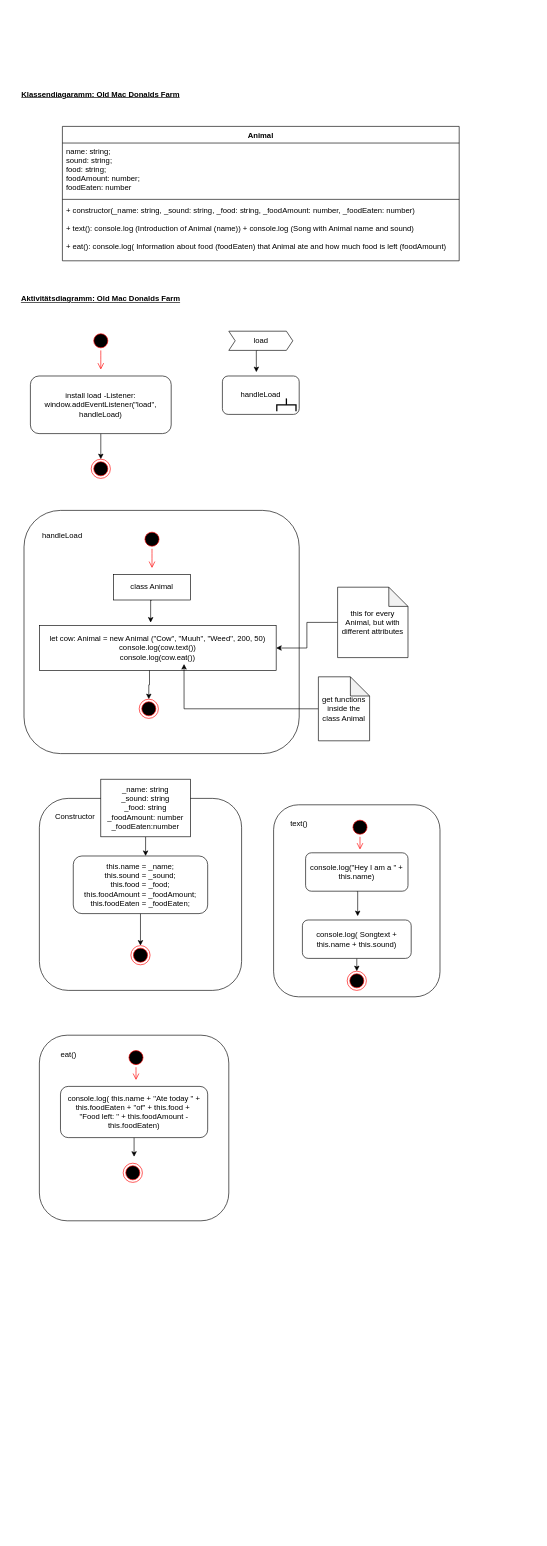
Before: L05_Farm/Unbenanntes Diagramm.drawio in LukasMuschal/EIA2, a draw.io diagram. Source tidied: cells renumbered, new cells numbered last; positions are measured from the earlier drawing's top-left corner, leaving out a move shared by most shapes. Both pictures are drawn from the tidied source at 64%, with x=0, y=0 at pixel (17, 88).
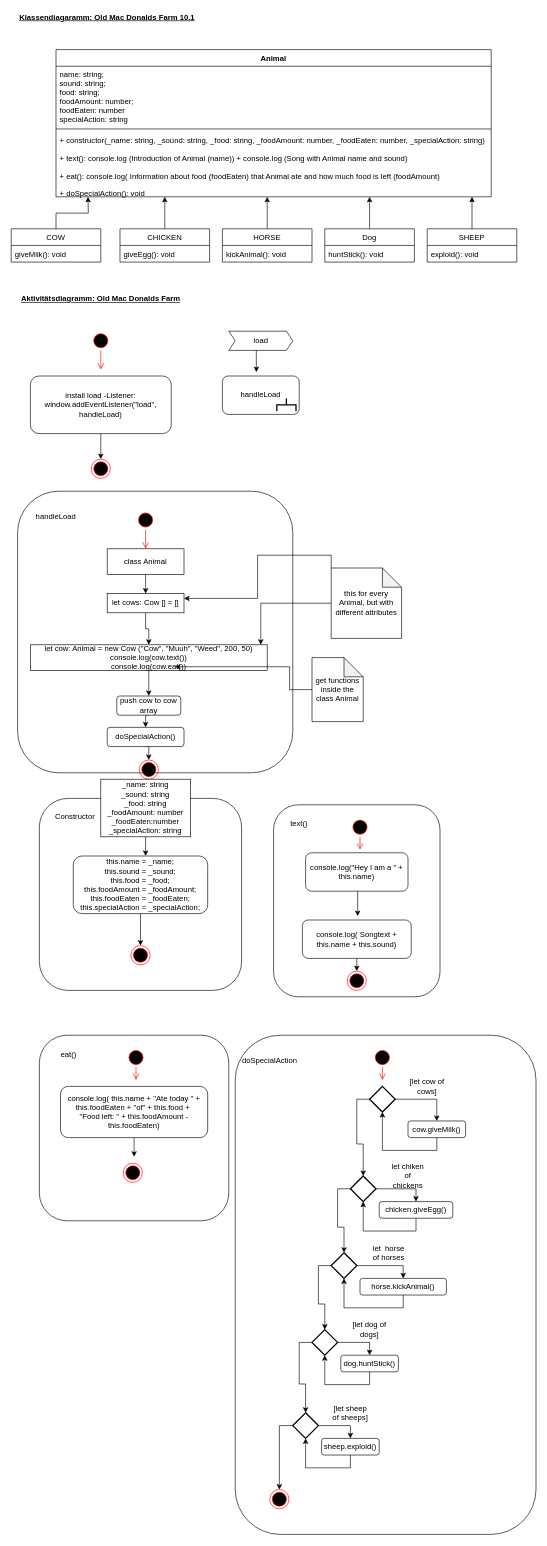
Above is the later version.

Change to the diagram source:
```diff
@@
-    <mxCell id="2" value="&lt;b&gt;&lt;u&gt;Klassendiagaramm: Old Mac Donalds Farm&lt;/u&gt;&lt;/b&gt;" style="text;html=1;strokeColor=none;fillColor=none;align=center;verticalAlign=middle;whiteSpace=wrap;rounded=0;" parent="1" vertex="1">
-      <mxGeometry width="260" height="20" as="geometry" />
+    <mxCell id="2" value="&lt;b&gt;&lt;u&gt;Klassendiagaramm: Old Mac Donalds Farm 10.1&lt;/u&gt;&lt;/b&gt;" style="text;html=1;strokeColor=none;fillColor=none;align=center;verticalAlign=middle;whiteSpace=wrap;rounded=0;" parent="1" vertex="1">
+      <mxGeometry x="-10" y="-120" width="300" height="20" as="geometry" />
     </mxCell>
     <mxCell id="3" value="Animal" style="swimlane;fontStyle=1;align=center;verticalAlign=top;horizontal=1;startSize=26;" parent="1" vertex="1">
-      <mxGeometry x="70" y="60" width="620" height="210" as="geometry" />
+      <mxGeometry x="60" y="-60" width="680" height="230" as="geometry" />
     </mxCell>
-    <mxCell id="4" value="name: string;&#10;sound: string;&#10;food: string;&#10;foodAmount: number;&#10;foodEaten: number" style="text;strokeColor=none;fillColor=none;align=left;verticalAlign=top;spacingLeft=4;spacingRight=4;overflow=hidden;" parent="3" vertex="1">
-      <mxGeometry y="26" width="620" height="84" as="geometry" />
+    <mxCell id="4" value="name: string;&#10;sound: string;&#10;food: string;&#10;foodAmount: number;&#10;foodEaten: number&#10;specialAction: string" style="text;strokeColor=none;fillColor=none;align=left;verticalAlign=top;spacingLeft=4;spacingRight=4;overflow=hidden;" parent="3" vertex="1">
+      <mxGeometry y="26" width="680" height="94" as="geometry" />
     </mxCell>
     <mxCell id="5" style="line;strokeWidth=1;fillColor=none;align=left;verticalAlign=middle;spacingTop=-1;spacingLeft=3;spacingRight=3;labelPosition=right;" parent="3" vertex="1">
-      <mxGeometry y="110" width="620" height="8" as="geometry" />
+      <mxGeometry y="120" width="680" height="8" as="geometry" />
     </mxCell>
-    <mxCell id="6" value="+ constructor(_name: string, _sound: string, _food: string, _foodAmount: number, _foodEaten: number)&#10;&#10;+ text(): console.log (Introduction of Animal (name)) + console.log (Song with Animal name and sound)&#10;&#10;+ eat(): console.log( Information about food (foodEaten) that Animal ate and how much food is left (foodAmount)" style="text;strokeColor=none;fillColor=none;align=left;verticalAlign=top;spacingLeft=4;spacingRight=4;overflow=hidden;" parent="3" vertex="1">
-      <mxGeometry y="118" width="620" height="92" as="geometry" />
+    <mxCell id="6" value="+ constructor(_name: string, _sound: string, _food: string, _foodAmount: number, _foodEaten: number, _specialAction: string)&#10;&#10;+ text(): console.log (Introduction of Animal (name)) + console.log (Song with Animal name and sound)&#10;&#10;+ eat(): console.log( Information about food (foodEaten) that Animal ate and how much food is left (foodAmount)&#10;&#10;+ doSpecialAction(): void" style="text;strokeColor=none;fillColor=none;align=left;verticalAlign=top;spacingLeft=4;spacingRight=4;overflow=hidden;" parent="3" vertex="1">
+      <mxGeometry y="128" width="680" height="102" as="geometry" />
     </mxCell>
@@
     <mxCell id="17" style="rounded=1;whiteSpace=wrap;html=1;" parent="1" vertex="1">
-      <mxGeometry x="10" y="660" width="430" height="380" as="geometry" />
+      <mxGeometry y="630" width="430" height="440" as="geometry" />
     </mxCell>
     <mxCell id="18" value="handleLoad" style="text;html=1;strokeColor=none;fillColor=none;align=center;verticalAlign=middle;whiteSpace=wrap;rounded=0;" parent="1" vertex="1">
-      <mxGeometry x="50" y="690" width="40" height="20" as="geometry" />
+      <mxGeometry x="40" y="660" width="40" height="20" as="geometry" />
     </mxCell>
     <mxCell id="19" style="ellipse;html=1;shape=startState;fillColor=#000000;strokeColor=#ff0000;" parent="1" vertex="1">
-      <mxGeometry x="195" y="690" width="30" height="30" as="geometry" />
+      <mxGeometry x="185" y="660" width="30" height="30" as="geometry" />
     </mxCell>
     <mxCell id="20" style="edgeStyle=orthogonalEdgeStyle;html=1;verticalAlign=bottom;endArrow=open;endSize=8;strokeColor=#ff0000;" parent="1" edge="1" source="19">
       <mxGeometry relative="1" as="geometry">
-        <mxPoint x="210" y="750" as="targetPoint" />
+        <mxPoint x="200" y="720" as="targetPoint" />
       </mxGeometry>
     </mxCell>
-    <mxCell id="21" style="edgeStyle=orthogonalEdgeStyle;rounded=0;jettySize=auto;html=1;exitX=0.5;exitY=1;exitDx=0;exitDy=0;entryX=0.47;entryY=-0.067;entryDx=0;entryDy=0;entryPerimeter=0;" parent="1" edge="1" source="22" target="24">
-      <mxGeometry relative="1" as="geometry" />
+    <mxCell id="21" style="edgeStyle=orthogonalEdgeStyle;rounded=0;jettySize=auto;html=1;exitX=0.5;exitY=1;exitDx=0;exitDy=0;" parent="1" edge="1" source="22">
+      <mxGeometry relative="1" as="geometry">
+        <mxPoint x="200" y="790" as="targetPoint" />
+      </mxGeometry>
     </mxCell>
     <mxCell id="22" value="class Animal" style="rounded=0;whiteSpace=wrap;html=1;" parent="1" vertex="1">
-      <mxGeometry x="150" y="760" width="120" height="40" as="geometry" />
+      <mxGeometry x="140" y="720" width="120" height="40" as="geometry" />
     </mxCell>
-    <mxCell id="23" style="edgeStyle=orthogonalEdgeStyle;rounded=0;jettySize=auto;html=1;exitX=0.465;exitY=0.986;exitDx=0;exitDy=0;entryX=0.5;entryY=0;entryDx=0;entryDy=0;exitPerimeter=0;" parent="1" edge="1" source="24" target="29">
-      <mxGeometry relative="1" as="geometry" />
-    </mxCell>
+    <mxCell id="53" style="edgeStyle=orthogonalEdgeStyle;rounded=0;jettySize=auto;html=1;exitX=0.5;exitY=1;exitDx=0;exitDy=0;entryX=0.5;entryY=0;entryDx=0;entryDy=0;" parent="1" edge="1" source="24" target="84">
+      <mxGeometry relative="1" as="geometry" />
+    </mxCell>
-    <mxCell id="24" value="let cow: Animal = new Animal (&quot;Cow&quot;, &quot;Muuh&quot;, &quot;Weed&quot;, 200, 50)&lt;br&gt;console.log(cow.text())&lt;br&gt;console.log(cow.eat())" style="rounded=0;whiteSpace=wrap;html=1;" parent="1" vertex="1">
-      <mxGeometry x="34" y="840" width="370" height="70" as="geometry" />
+    <mxCell id="24" value="let cow: Animal = new Cow (&quot;Cow&quot;, &quot;Muuh&quot;, &quot;Weed&quot;, 200, 50)&lt;br&gt;console.log(cow.text())&lt;br&gt;console.log(cow.eat())" style="rounded=0;whiteSpace=wrap;html=1;" parent="1" vertex="1">
+      <mxGeometry x="20" y="870" width="370" height="40" as="geometry" />
     </mxCell>
     <mxCell id="25" style="edgeStyle=orthogonalEdgeStyle;rounded=0;jettySize=auto;html=1;exitX=0;exitY=0.5;exitDx=0;exitDy=0;exitPerimeter=0;" parent="1" edge="1" source="26" target="24">
-      <mxGeometry relative="1" as="geometry" />
+      <mxGeometry relative="1" as="geometry">
+        <Array as="points">
+          <mxPoint x="380" y="805" />
+        </Array>
+      </mxGeometry>
     </mxCell>
+    <mxCell id="54" style="edgeStyle=orthogonalEdgeStyle;rounded=0;jettySize=auto;html=1;exitX=0;exitY=0;exitDx=0;exitDy=0;exitPerimeter=0;entryX=1;entryY=0.25;entryDx=0;entryDy=0;" parent="1" edge="1" source="26" target="82">
+      <mxGeometry relative="1" as="geometry" />
+    </mxCell>
     <mxCell id="26" value="this for every Animal, but with different attributes" style="shape=note;whiteSpace=wrap;html=1;backgroundOutline=1;darkOpacity=0.05;" parent="1" vertex="1">
-      <mxGeometry x="500" y="780" width="110" height="110" as="geometry" />
+      <mxGeometry x="490" y="750" width="110" height="110" as="geometry" />
     </mxCell>
@@
     <mxCell id="28" value="get functions inside the class Animal" style="shape=note;whiteSpace=wrap;html=1;backgroundOutline=1;darkOpacity=0.05;" parent="1" vertex="1">
-      <mxGeometry x="470" y="920" width="80" height="100" as="geometry" />
+      <mxGeometry x="460" y="890" width="80" height="100" as="geometry" />
     </mxCell>
     <mxCell id="29" style="ellipse;html=1;shape=endState;fillColor=#000000;strokeColor=#ff0000;" parent="1" vertex="1">
-      <mxGeometry x="190" y="955" width="30" height="30" as="geometry" />
+      <mxGeometry x="190" y="1050" width="30" height="30" as="geometry" />
     </mxCell>
@@
-    <mxCell id="33" value="_name: string&lt;br&gt;_sound: string&lt;br&gt;_food: string&lt;br&gt;_foodAmount: number&lt;br&gt;_foodEaten:number" style="rounded=0;whiteSpace=wrap;html=1;" parent="1" vertex="1">
+    <mxCell id="33" value="_name: string&lt;br&gt;_sound: string&lt;br&gt;_food: string&lt;br&gt;_foodAmount: number&lt;br&gt;_foodEaten:number&lt;br&gt;_specialAction: string" style="rounded=0;whiteSpace=wrap;html=1;" parent="1" vertex="1">
       <mxGeometry x="130" y="1080" width="140" height="90" as="geometry" />
     </mxCell>
@@
-    <mxCell id="35" value="this.name = _name;&lt;br&gt;this.sound = _sound;&lt;br&gt;this.food = _food;&lt;br&gt;this.foodAmount = _foodAmount;&lt;br&gt;this.foodEaten = _foodEaten;" style="rounded=1;whiteSpace=wrap;html=1;" parent="1" vertex="1">
+    <mxCell id="35" value="this.name = _name;&lt;br&gt;this.sound = _sound;&lt;br&gt;this.food = _food;&lt;br&gt;this.foodAmount = _foodAmount;&lt;br&gt;this.foodEaten = _foodEaten;&lt;br&gt;this.specialAction = _specialAction;" style="rounded=1;whiteSpace=wrap;html=1;" parent="1" vertex="1">
       <mxGeometry x="87" y="1200" width="210" height="90" as="geometry" />
     </mxCell>
@@
+    <mxCell id="55" style="edgeStyle=orthogonalEdgeStyle;rounded=0;jettySize=auto;html=1;exitX=0.5;exitY=0;exitDx=0;exitDy=0;" parent="1" edge="1" source="56">
+      <mxGeometry relative="1" as="geometry">
+        <mxPoint x="110" y="170" as="targetPoint" />
+      </mxGeometry>
+    </mxCell>
+    <mxCell id="56" value="COW" style="swimlane;fontStyle=0;horizontal=1;startSize=26;fillColor=none;" parent="1" vertex="1">
+      <mxGeometry x="-10" y="220" width="140" height="52" as="geometry" />
+    </mxCell>
+    <mxCell id="57" value="giveMilk(): void" style="text;strokeColor=none;fillColor=none;align=left;verticalAlign=top;spacingLeft=4;spacingRight=4;overflow=hidden;" parent="56" vertex="1">
+      <mxGeometry y="26" width="140" height="26" as="geometry" />
+    </mxCell>
+    <mxCell id="58" style="edgeStyle=orthogonalEdgeStyle;rounded=0;jettySize=auto;html=1;exitX=0.5;exitY=0;exitDx=0;exitDy=0;" parent="1" edge="1" source="59">
+      <mxGeometry relative="1" as="geometry">
+        <mxPoint x="230" y="170" as="targetPoint" />
+      </mxGeometry>
+    </mxCell>
+    <mxCell id="59" value="CHICKEN" style="swimlane;fontStyle=0;horizontal=1;startSize=26;fillColor=none;" parent="1" vertex="1">
+      <mxGeometry x="160" y="220" width="140" height="52" as="geometry" />
+    </mxCell>
+    <mxCell id="60" value="giveEgg(): void" style="text;strokeColor=none;fillColor=none;align=left;verticalAlign=top;spacingLeft=4;spacingRight=4;overflow=hidden;" parent="59" vertex="1">
+      <mxGeometry y="26" width="140" height="26" as="geometry" />
+    </mxCell>
+    <mxCell id="61" style="edgeStyle=orthogonalEdgeStyle;rounded=0;jettySize=auto;html=1;exitX=0.5;exitY=0;exitDx=0;exitDy=0;" parent="1" edge="1" source="62">
+      <mxGeometry relative="1" as="geometry">
+        <mxPoint x="390" y="170" as="targetPoint" />
+      </mxGeometry>
+    </mxCell>
+    <mxCell id="62" value="HORSE" style="swimlane;fontStyle=0;horizontal=1;startSize=26;fillColor=none;" parent="1" vertex="1">
+      <mxGeometry x="320" y="220" width="140" height="52" as="geometry" />
+    </mxCell>
+    <mxCell id="63" value="kickAnimal(): void" style="text;strokeColor=none;fillColor=none;align=left;verticalAlign=top;spacingLeft=4;spacingRight=4;overflow=hidden;" parent="62" vertex="1">
+      <mxGeometry y="26" width="140" height="26" as="geometry" />
+    </mxCell>
+    <mxCell id="64" style="edgeStyle=orthogonalEdgeStyle;rounded=0;jettySize=auto;html=1;exitX=0.5;exitY=0;exitDx=0;exitDy=0;" parent="1" edge="1" source="65">
+      <mxGeometry relative="1" as="geometry">
+        <mxPoint x="550" y="170" as="targetPoint" />
+      </mxGeometry>
+    </mxCell>
+    <mxCell id="65" value="Dog" style="swimlane;fontStyle=0;horizontal=1;startSize=26;fillColor=none;" parent="1" vertex="1">
+      <mxGeometry x="480" y="220" width="140" height="52" as="geometry" />
+    </mxCell>
+    <mxCell id="66" value="huntStick(): void" style="text;strokeColor=none;fillColor=none;align=left;verticalAlign=top;spacingLeft=4;spacingRight=4;overflow=hidden;" parent="65" vertex="1">
+      <mxGeometry y="26" width="140" height="26" as="geometry" />
+    </mxCell>
+    <mxCell id="67" style="edgeStyle=orthogonalEdgeStyle;rounded=0;jettySize=auto;html=1;exitX=0.5;exitY=0;exitDx=0;exitDy=0;" parent="1" edge="1" source="68">
+      <mxGeometry relative="1" as="geometry">
+        <mxPoint x="710" y="170" as="targetPoint" />
+      </mxGeometry>
+    </mxCell>
+    <mxCell id="68" value="SHEEP" style="swimlane;fontStyle=0;horizontal=1;startSize=26;fillColor=none;" parent="1" vertex="1">
+      <mxGeometry x="640" y="220" width="140" height="52" as="geometry" />
+    </mxCell>
+    <mxCell id="69" value="exploid(): void" style="text;strokeColor=none;fillColor=none;align=left;verticalAlign=top;spacingLeft=4;spacingRight=4;overflow=hidden;" parent="68" vertex="1">
+      <mxGeometry y="26" width="140" height="26" as="geometry" />
+    </mxCell>
+    <mxCell id="70" style="edgeStyle=orthogonalEdgeStyle;rounded=0;jettySize=auto;html=1;exitX=0.5;exitY=1;exitDx=0;exitDy=0;entryX=0.5;entryY=0;entryDx=0;entryDy=0;" parent="1" edge="1" source="71" target="29">
+      <mxGeometry relative="1" as="geometry" />
+    </mxCell>
+    <mxCell id="71" value="doSpecialAction()" style="rounded=1;whiteSpace=wrap;html=1;" parent="1" vertex="1">
+      <mxGeometry x="140" y="999" width="120" height="30" as="geometry" />
+    </mxCell>
+    <mxCell id="72" style="rounded=1;whiteSpace=wrap;html=1;" parent="1" vertex="1">
+      <mxGeometry x="340" y="1480" width="470" height="780" as="geometry" />
+    </mxCell>
+    <mxCell id="73" value="doSpecialAction" style="text;html=1;strokeColor=none;fillColor=none;align=center;verticalAlign=middle;whiteSpace=wrap;rounded=0;" parent="1" vertex="1">
+      <mxGeometry x="374" y="1510" width="40" height="20" as="geometry" />
+    </mxCell>
+    <mxCell id="74" style="ellipse;html=1;shape=startState;fillColor=#000000;strokeColor=#ff0000;" parent="1" vertex="1">
+      <mxGeometry x="555" y="1500" width="30" height="30" as="geometry" />
+    </mxCell>
+    <mxCell id="75" style="edgeStyle=orthogonalEdgeStyle;html=1;verticalAlign=bottom;endArrow=open;endSize=8;strokeColor=#ff0000;" parent="1" edge="1" source="74">
+      <mxGeometry relative="1" as="geometry">
+        <mxPoint x="570" y="1550" as="targetPoint" />
+      </mxGeometry>
+    </mxCell>
+    <mxCell id="76" style="edgeStyle=orthogonalEdgeStyle;rounded=0;jettySize=auto;html=1;exitX=1;exitY=0.5;exitDx=0;exitDy=0;exitPerimeter=0;entryX=0.5;entryY=0;entryDx=0;entryDy=0;" parent="1" edge="1" source="78" target="80">
+      <mxGeometry relative="1" as="geometry" />
+    </mxCell>
+    <mxCell id="77" style="edgeStyle=orthogonalEdgeStyle;rounded=0;jettySize=auto;html=1;exitX=0;exitY=0.5;exitDx=0;exitDy=0;exitPerimeter=0;" parent="1" edge="1" source="78" target="88">
+      <mxGeometry relative="1" as="geometry" />
+    </mxCell>
+    <mxCell id="78" style="strokeWidth=2;html=1;shape=mxgraph.flowchart.decision;whiteSpace=wrap;" parent="1" vertex="1">
+      <mxGeometry x="550" y="1560" width="40" height="40" as="geometry" />
+    </mxCell>
+    <mxCell id="79" style="edgeStyle=orthogonalEdgeStyle;rounded=0;jettySize=auto;html=1;exitX=0.5;exitY=1;exitDx=0;exitDy=0;entryX=0.5;entryY=1;entryDx=0;entryDy=0;entryPerimeter=0;" parent="1" edge="1" source="80" target="78">
+      <mxGeometry relative="1" as="geometry" />
+    </mxCell>
+    <mxCell id="80" value="cow.giveMilk()" style="rounded=1;whiteSpace=wrap;html=1;" parent="1" vertex="1">
+      <mxGeometry x="610" y="1614" width="90" height="26" as="geometry" />
+    </mxCell>
+    <mxCell id="81" style="edgeStyle=orthogonalEdgeStyle;rounded=0;jettySize=auto;html=1;exitX=0.5;exitY=1;exitDx=0;exitDy=0;entryX=0.5;entryY=0;entryDx=0;entryDy=0;" parent="1" edge="1" source="82" target="24">
+      <mxGeometry relative="1" as="geometry" />
+    </mxCell>
+    <mxCell id="82" value="let cows: Cow [] = []" style="rounded=0;whiteSpace=wrap;html=1;" parent="1" vertex="1">
+      <mxGeometry x="140" y="790" width="120" height="30" as="geometry" />
+    </mxCell>
+    <mxCell id="83" style="edgeStyle=orthogonalEdgeStyle;rounded=0;jettySize=auto;html=1;exitX=0.5;exitY=1;exitDx=0;exitDy=0;entryX=0.5;entryY=0;entryDx=0;entryDy=0;" parent="1" edge="1" source="84" target="71">
+      <mxGeometry relative="1" as="geometry" />
+    </mxCell>
+    <mxCell id="84" value="push cow to cow array" style="rounded=1;whiteSpace=wrap;html=1;" parent="1" vertex="1">
+      <mxGeometry x="155" y="950" width="100" height="30" as="geometry" />
+    </mxCell>
+    <mxCell id="85" value="[let cow of cows]" style="text;html=1;strokeColor=none;fillColor=none;align=center;verticalAlign=middle;whiteSpace=wrap;rounded=0;" parent="1" vertex="1">
+      <mxGeometry x="610" y="1550" width="60" height="20" as="geometry" />
+    </mxCell>
+    <mxCell id="86" style="edgeStyle=orthogonalEdgeStyle;rounded=0;jettySize=auto;html=1;exitX=1;exitY=0.5;exitDx=0;exitDy=0;exitPerimeter=0;entryX=0.5;entryY=0;entryDx=0;entryDy=0;" parent="1" edge="1" source="88" target="91">
+      <mxGeometry relative="1" as="geometry" />
+    </mxCell>
+    <mxCell id="87" style="edgeStyle=orthogonalEdgeStyle;rounded=0;jettySize=auto;html=1;exitX=0;exitY=0.5;exitDx=0;exitDy=0;exitPerimeter=0;entryX=0.5;entryY=0;entryDx=0;entryDy=0;entryPerimeter=0;" parent="1" edge="1" source="88" target="94">
+      <mxGeometry relative="1" as="geometry" />
+    </mxCell>
+    <mxCell id="88" style="strokeWidth=2;html=1;shape=mxgraph.flowchart.decision;whiteSpace=wrap;" parent="1" vertex="1">
+      <mxGeometry x="520" y="1700" width="40" height="40" as="geometry" />
+    </mxCell>
+    <mxCell id="89" value="let chiken of chickens" style="text;html=1;strokeColor=none;fillColor=none;align=center;verticalAlign=middle;whiteSpace=wrap;rounded=0;" parent="1" vertex="1">
+      <mxGeometry x="580" y="1690" width="60" height="20" as="geometry" />
+    </mxCell>
+    <mxCell id="90" style="edgeStyle=orthogonalEdgeStyle;rounded=0;jettySize=auto;html=1;exitX=0.5;exitY=1;exitDx=0;exitDy=0;entryX=0.5;entryY=1;entryDx=0;entryDy=0;entryPerimeter=0;" parent="1" edge="1" source="91" target="88">
+      <mxGeometry relative="1" as="geometry" />
+    </mxCell>
+    <mxCell id="91" value="chicken.giveEgg()" style="rounded=1;whiteSpace=wrap;html=1;" parent="1" vertex="1">
+      <mxGeometry x="565" y="1740" width="115" height="26" as="geometry" />
+    </mxCell>
+    <mxCell id="92" style="edgeStyle=orthogonalEdgeStyle;rounded=0;jettySize=auto;html=1;exitX=1;exitY=0.5;exitDx=0;exitDy=0;exitPerimeter=0;entryX=0.5;entryY=0;entryDx=0;entryDy=0;" parent="1" edge="1" source="94" target="97">
+      <mxGeometry relative="1" as="geometry" />
+    </mxCell>
+    <mxCell id="93" style="edgeStyle=orthogonalEdgeStyle;rounded=0;jettySize=auto;html=1;exitX=0;exitY=0.5;exitDx=0;exitDy=0;exitPerimeter=0;entryX=0.5;entryY=0;entryDx=0;entryDy=0;entryPerimeter=0;" parent="1" edge="1" source="94" target="100">
+      <mxGeometry relative="1" as="geometry" />
+    </mxCell>
+    <mxCell id="94" style="strokeWidth=2;html=1;shape=mxgraph.flowchart.decision;whiteSpace=wrap;" parent="1" vertex="1">
+      <mxGeometry x="490" y="1820" width="40" height="40" as="geometry" />
+    </mxCell>
+    <mxCell id="95" value="let&amp;nbsp; horse of horses" style="text;html=1;strokeColor=none;fillColor=none;align=center;verticalAlign=middle;whiteSpace=wrap;rounded=0;" parent="1" vertex="1">
+      <mxGeometry x="550" y="1810" width="60" height="20" as="geometry" />
+    </mxCell>
+    <mxCell id="96" style="edgeStyle=orthogonalEdgeStyle;rounded=0;jettySize=auto;html=1;exitX=0.5;exitY=1;exitDx=0;exitDy=0;entryX=0.5;entryY=1;entryDx=0;entryDy=0;entryPerimeter=0;" parent="1" edge="1" source="97" target="94">
+      <mxGeometry relative="1" as="geometry" />
+    </mxCell>
+    <mxCell id="97" value="horse.kickAnimal()" style="rounded=1;whiteSpace=wrap;html=1;" parent="1" vertex="1">
+      <mxGeometry x="535" y="1860" width="135" height="26" as="geometry" />
+    </mxCell>
+    <mxCell id="98" style="edgeStyle=orthogonalEdgeStyle;rounded=0;jettySize=auto;html=1;exitX=1;exitY=0.5;exitDx=0;exitDy=0;exitPerimeter=0;entryX=0.5;entryY=0;entryDx=0;entryDy=0;" parent="1" edge="1" source="100" target="103">
+      <mxGeometry relative="1" as="geometry" />
+    </mxCell>
+    <mxCell id="99" style="edgeStyle=orthogonalEdgeStyle;rounded=0;jettySize=auto;html=1;exitX=0;exitY=0.5;exitDx=0;exitDy=0;exitPerimeter=0;entryX=0.5;entryY=0;entryDx=0;entryDy=0;entryPerimeter=0;" parent="1" edge="1" source="100" target="106">
+      <mxGeometry relative="1" as="geometry" />
+    </mxCell>
+    <mxCell id="100" style="strokeWidth=2;html=1;shape=mxgraph.flowchart.decision;whiteSpace=wrap;" parent="1" vertex="1">
+      <mxGeometry x="460" y="1940" width="40" height="40" as="geometry" />
+    </mxCell>
+    <mxCell id="101" value="[let dog of dogs]" style="text;html=1;strokeColor=none;fillColor=none;align=center;verticalAlign=middle;whiteSpace=wrap;rounded=0;" parent="1" vertex="1">
+      <mxGeometry x="520" y="1930" width="60" height="20" as="geometry" />
+    </mxCell>
+    <mxCell id="102" style="edgeStyle=orthogonalEdgeStyle;rounded=0;jettySize=auto;html=1;exitX=0.5;exitY=1;exitDx=0;exitDy=0;entryX=0.5;entryY=1;entryDx=0;entryDy=0;entryPerimeter=0;" parent="1" edge="1" source="103" target="100">
+      <mxGeometry relative="1" as="geometry" />
+    </mxCell>
+    <mxCell id="103" value="dog.huntStick()" style="rounded=1;whiteSpace=wrap;html=1;" parent="1" vertex="1">
+      <mxGeometry x="505" y="1980" width="90" height="26" as="geometry" />
+    </mxCell>
+    <mxCell id="104" style="edgeStyle=orthogonalEdgeStyle;rounded=0;jettySize=auto;html=1;exitX=1;exitY=0.5;exitDx=0;exitDy=0;exitPerimeter=0;entryX=0.5;entryY=0;entryDx=0;entryDy=0;" parent="1" edge="1" source="106" target="109">
+      <mxGeometry relative="1" as="geometry" />
+    </mxCell>
+    <mxCell id="105" style="edgeStyle=orthogonalEdgeStyle;rounded=0;jettySize=auto;html=1;exitX=0;exitY=0.5;exitDx=0;exitDy=0;exitPerimeter=0;entryX=0.5;entryY=0;entryDx=0;entryDy=0;" parent="1" edge="1" source="106" target="110">
+      <mxGeometry relative="1" as="geometry" />
+    </mxCell>
+    <mxCell id="106" style="strokeWidth=2;html=1;shape=mxgraph.flowchart.decision;whiteSpace=wrap;" parent="1" vertex="1">
+      <mxGeometry x="430" y="2070" width="40" height="40" as="geometry" />
+    </mxCell>
+    <mxCell id="107" value="[let sheep of sheeps]" style="text;html=1;strokeColor=none;fillColor=none;align=center;verticalAlign=middle;whiteSpace=wrap;rounded=0;" parent="1" vertex="1">
+      <mxGeometry x="490" y="2060" width="60" height="20" as="geometry" />
+    </mxCell>
+    <mxCell id="108" style="edgeStyle=orthogonalEdgeStyle;rounded=0;jettySize=auto;html=1;exitX=0.5;exitY=1;exitDx=0;exitDy=0;entryX=0.5;entryY=1;entryDx=0;entryDy=0;entryPerimeter=0;" parent="1" edge="1" source="109" target="106">
+      <mxGeometry relative="1" as="geometry" />
+    </mxCell>
+    <mxCell id="109" value="sheep.exploid()" style="rounded=1;whiteSpace=wrap;html=1;" parent="1" vertex="1">
+      <mxGeometry x="475" y="2110" width="90" height="26" as="geometry" />
+    </mxCell>
+    <mxCell id="110" style="ellipse;html=1;shape=endState;fillColor=#000000;strokeColor=#ff0000;" parent="1" vertex="1">
+      <mxGeometry x="394" y="2190" width="30" height="30" as="geometry" />
+    </mxCell>
```
